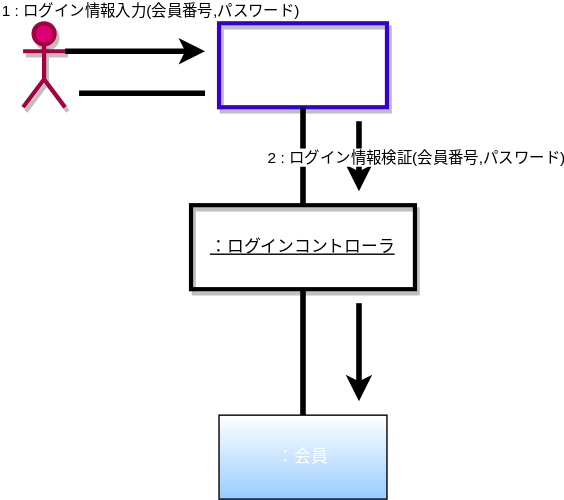
This is 図5-1 コミュニケーション図の例.drawio.svg from masakan590/uml-introduction, a draw.io export, as it was before one commit. Source tidied: cells renumbered, new cells last; positions are measured from the earlier drawing's top-left corner, leaving out a move shared by most shapes.
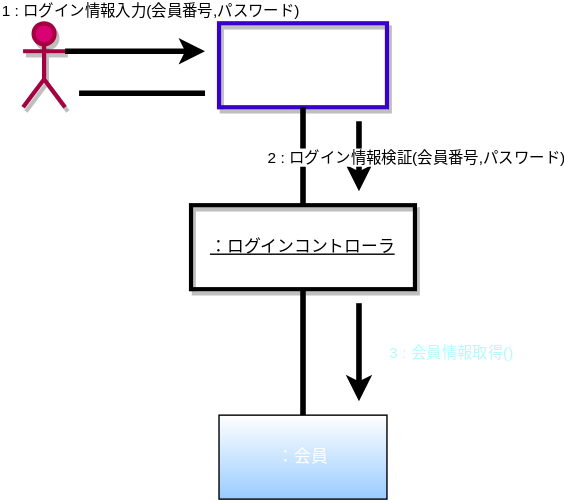
Later version of the same file.

The edit, as a diff of the source:
```diff
@@ -54,7 +54,7 @@
         <mxPoint x="240" y="270" as="targetPoint" />
       </mxGeometry>
     </mxCell>
-    <mxCell id="14" value="3 : 会員情報取得()" style="edgeLabel;html=1;align=center;verticalAlign=middle;fontColor=#FFFFFF;" parent="13" vertex="1">
+    <mxCell id="14" value="&lt;font color=&quot;#b5faff&quot;&gt;3 : 会員情報取得()&lt;/font&gt;" style="edgeLabel;html=1;align=center;verticalAlign=middle;fontColor=#FFFFFF;" parent="13" vertex="1">
       <mxGeometry relative="1" as="geometry">
         <mxPoint x="65" as="offset" />
       </mxGeometry>
```
